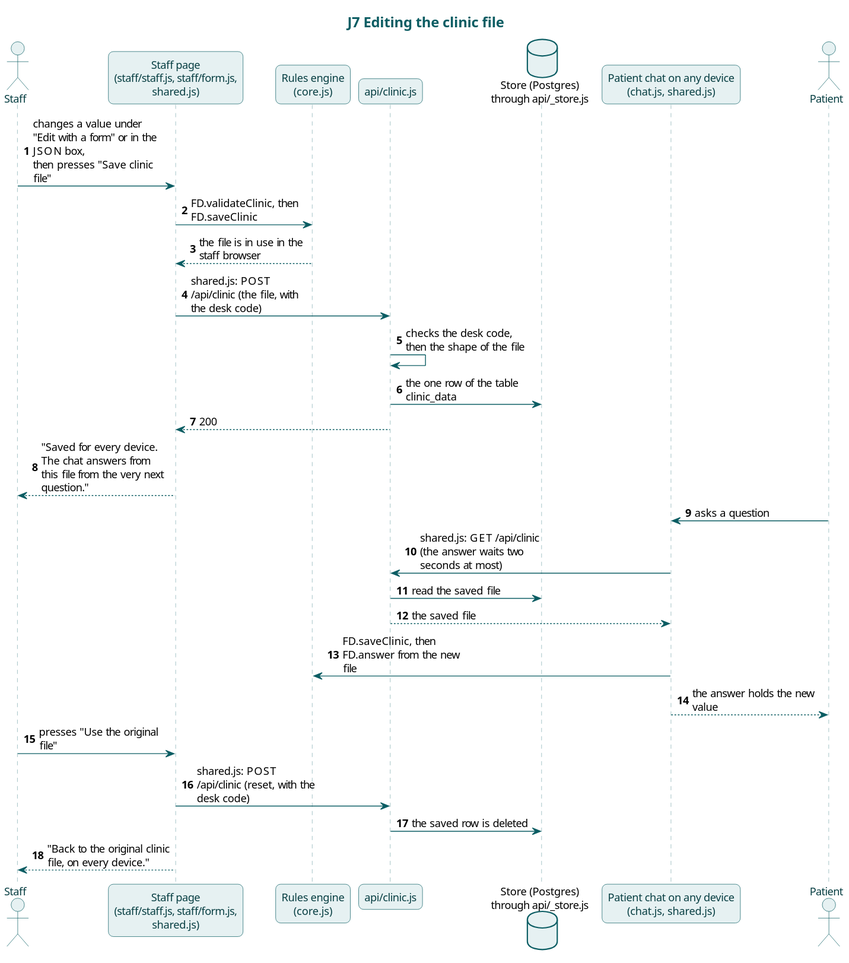
Above: docs/diagrams/j7-clinic-file-edit.svg in karwasanjay007/frontdesk-ai-docs (PlantUML), before the change.
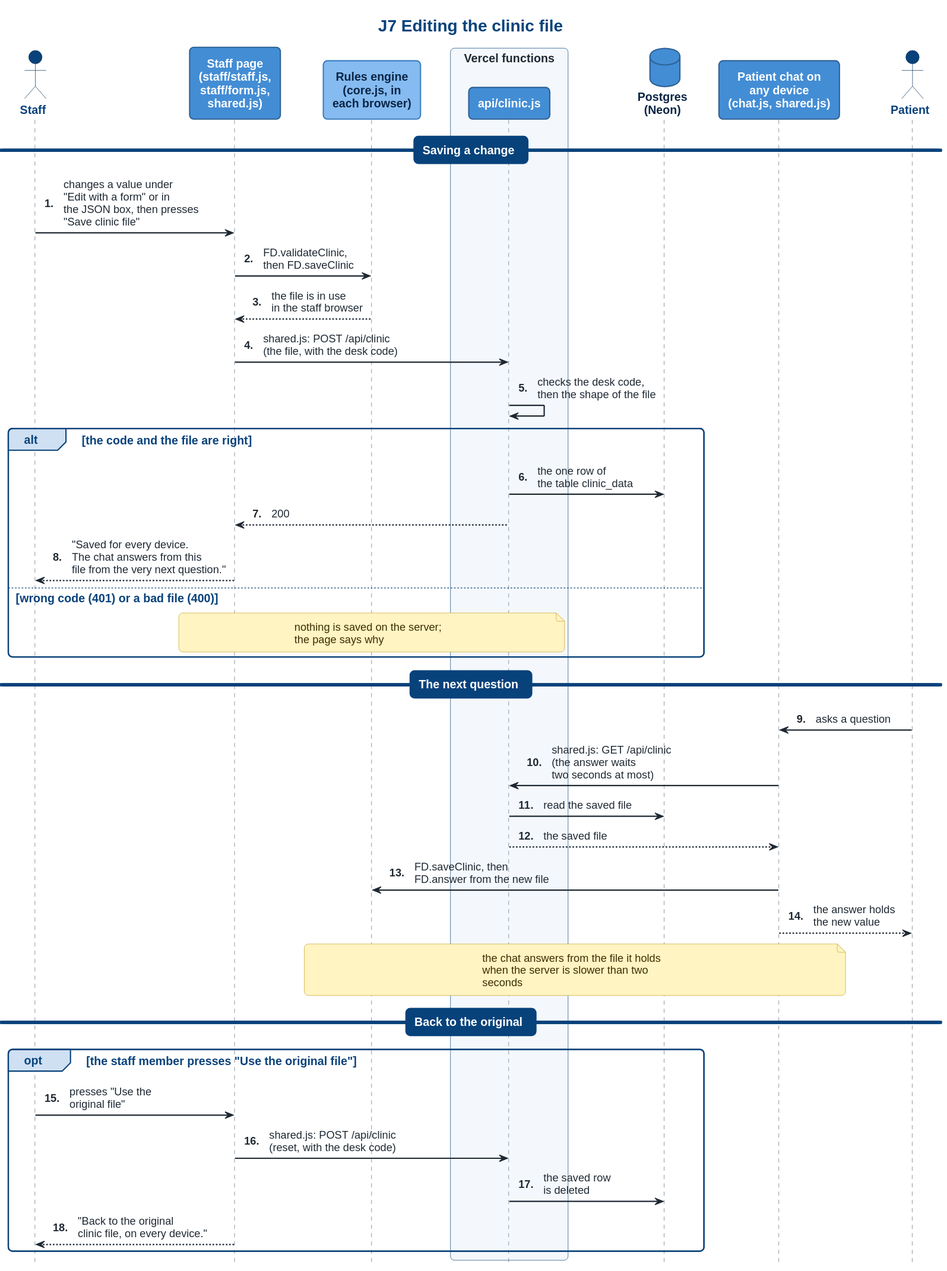
The same diagram one commit later.

Diff of the diagram source:
```diff
@@ -1,31 +1,42 @@
 @startuml
-!include style.iuml
+!include c4-sequence.iuml
 title J7 Editing the clinic file
-actor Staff
-participant "Staff page\n(staff/staff.js, staff/form.js,\nshared.js)" as SP
-participant "Rules engine\n(core.js)" as Core
-participant "api/clinic.js" as Clinic
-database "Store (Postgres)\nthrough api/_store.js" as Store
-participant "Patient chat on any device\n(chat.js, shared.js)" as Chat
-actor Patient
-autonumber
+actor "Staff" as Staff <<person>>
+participant "Staff page\n(staff/staff.js,\nstaff/form.js,\nshared.js)" as SP <<container>>
+participant "Rules engine\n(core.js, in\neach browser)" as Core <<component>>
+box "Vercel functions"
+participant "api/clinic.js" as Clinic <<container>>
+end box
+database "Postgres\n(Neon)" as Store <<store>>
+participant "Patient chat on\nany device\n(chat.js, shared.js)" as Chat <<container>>
+actor "Patient" as Patient <<person>>
 
-Staff -> SP : changes a value under "Edit with a form" or in the JSON box,\nthen presses "Save clinic file"
-SP -> Core : FD.validateClinic, then FD.saveClinic
-Core --> SP : the file is in use in the staff browser
-SP -> Clinic : shared.js: POST /api/clinic (the file, with the desk code)
-Clinic -> Clinic : checks the desk code, then the shape of the file
-Clinic -> Store : the one row of the table clinic_data
-Clinic --> SP : 200
-SP --> Staff : "Saved for every device. The chat answers from this file from the very next question."
+== Saving a change ==
+Staff -> SP : changes a value under\n"Edit with a form" or in\nthe JSON box, then presses\n"Save clinic file"
+SP -> Core : FD.validateClinic,\nthen FD.saveClinic
+Core --> SP : the file is in use\nin the staff browser
+SP -> Clinic : shared.js: POST /api/clinic\n(the file, with the desk code)
+Clinic -> Clinic : checks the desk code,\nthen the shape of the file
+alt the code and the file are right
+  Clinic -> Store : the one row of\nthe table clinic_data
+  Clinic --> SP : 200
+  SP --> Staff : "Saved for every device.\nThe chat answers from this\nfile from the very next question."
+else wrong code (401) or a bad file (400)
+  note over SP, Clinic : nothing is saved on the server;\nthe page says why
+end
+== The next question ==
 Patient -> Chat : asks a question
-Chat -> Clinic : shared.js: GET /api/clinic (the answer waits two seconds at most)
+Chat -> Clinic : shared.js: GET /api/clinic\n(the answer waits\ntwo seconds at most)
 Clinic -> Store : read the saved file
 Clinic --> Chat : the saved file
-Chat -> Core : FD.saveClinic, then FD.answer from the new file
-Chat --> Patient : the answer holds the new value
-Staff -> SP : presses "Use the original file"
-SP -> Clinic : shared.js: POST /api/clinic (reset, with the desk code)
-Clinic -> Store : the saved row is deleted
-SP --> Staff : "Back to the original clinic file, on every device."
+Chat -> Core : FD.saveClinic, then\nFD.answer from the new file
+Chat --> Patient : the answer holds\nthe new value
+note over Core, Chat : the chat answers from the file it holds\nwhen the server is slower than two seconds
+== Back to the original ==
+opt the staff member presses "Use the original file"
+  Staff -> SP : presses "Use the\noriginal file"
+  SP -> Clinic : shared.js: POST /api/clinic\n(reset, with the desk code)
+  Clinic -> Store : the saved row\nis deleted
+  SP --> Staff : "Back to the original\nclinic file, on every device."
+end
 @enduml
```
